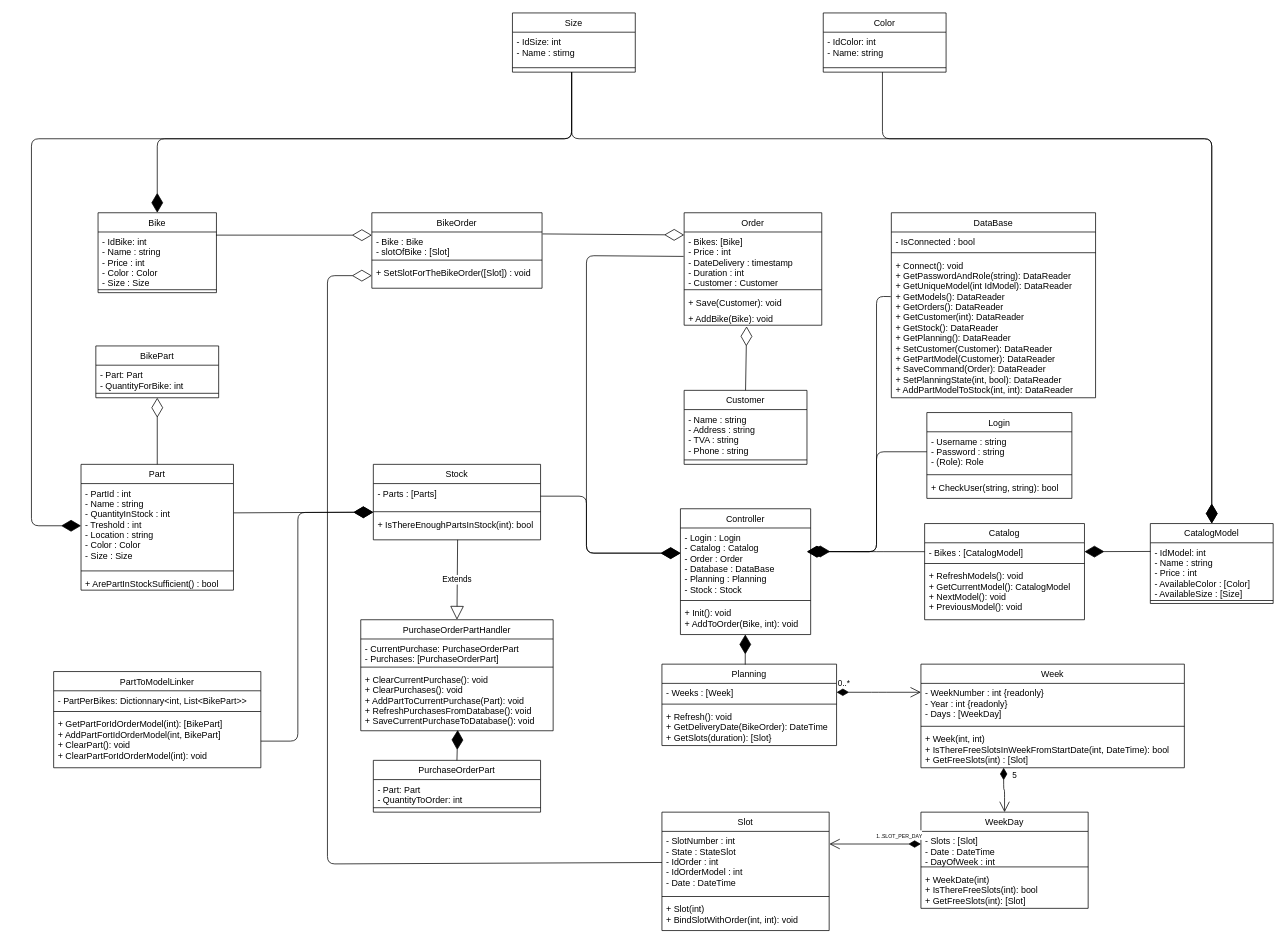
Before: Diagrams/ClassDiagram.drawio in alex210501/GigaBike, a draw.io diagram. Source tidied: cells renumbered, new cells numbered last; positions are measured from the earlier drawing's top-left corner, leaving out a move shared by most shapes. Both pictures are drawn from the tidied source at 74%, with x=0, y=0 at pixel (31, 13).
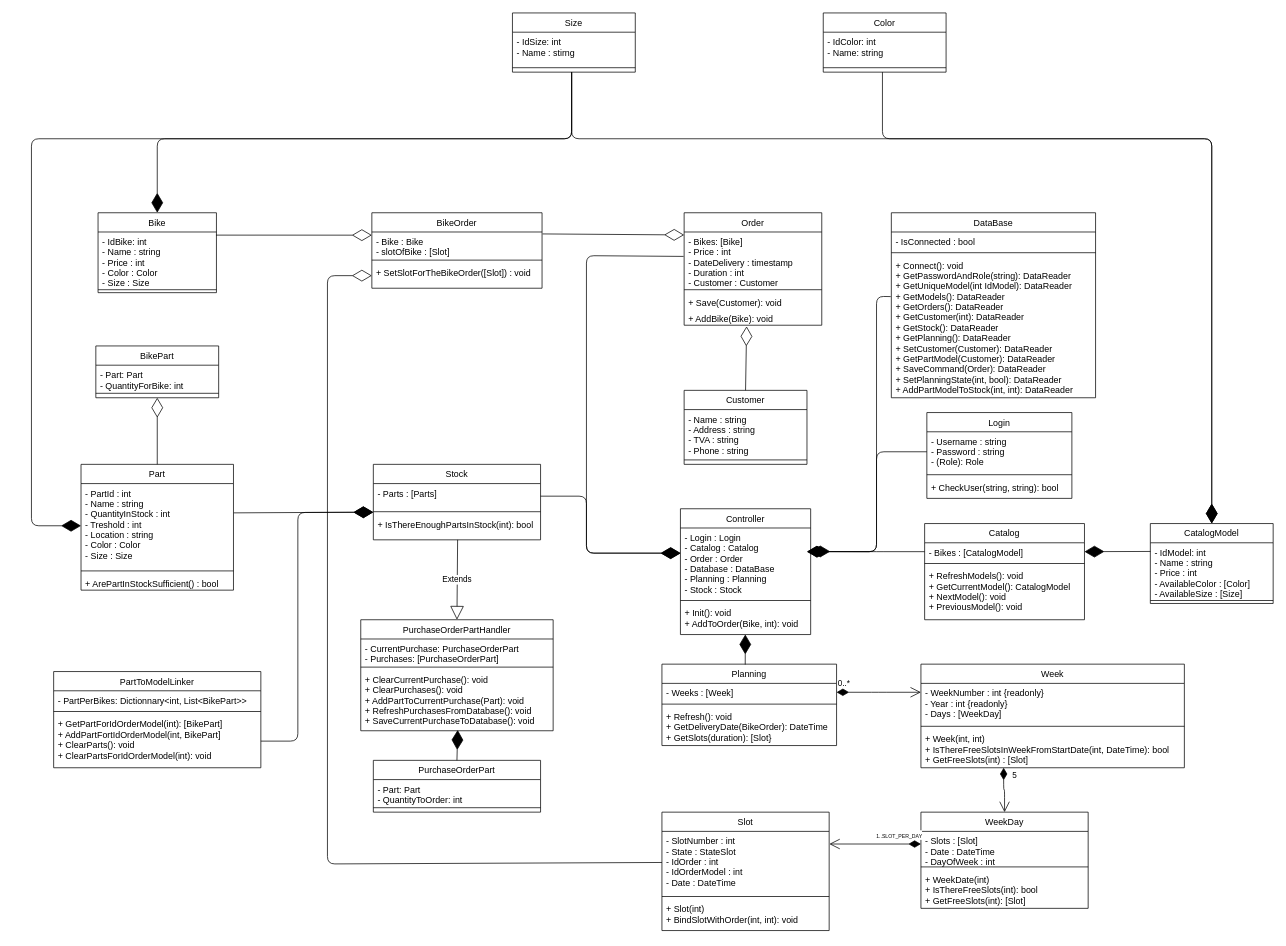
Above is the later version.

Commit message (it also covers changes not shown here):
Add the PartToModelLinker Class

The change refers to these unchanged cells:
```xml
<mxCell id="98" value="PartToModelLinker" style="swimlane;fontStyle=0;align=center;verticalAlign=top;horizontal=1;startSize=26;rounded=0;shadow=0;strokeWidth=1;" parent="1" vertex="1">
  <mxGeometry x="30" y="890" width="280" height="130" as="geometry" />
</mxCell>
```

Diff of the diagram source:
```diff
@@
-    <mxCell id="101" value="+ GetPartForIdOrderModel(int): [BikePart]&#10;+ AddPartFortIdOrderModel(int, BikePart]&#10;+ ClearPart(): void&#10;+ ClearPartForIdOrderModel(int): void" style="text;align=left;verticalAlign=top;spacingLeft=4;spacingRight=4;overflow=hidden;points=[[0,0.5],[1,0.5]];portConstraint=eastwest;" parent="98" vertex="1">
+    <mxCell id="101" value="+ GetPartForIdOrderModel(int): [BikePart]&#10;+ AddPartFortIdOrderModel(int, BikePart]&#10;+ ClearParts(): void&#10;+ ClearPartsForIdOrderModel(int): void" style="text;align=left;verticalAlign=top;spacingLeft=4;spacingRight=4;overflow=hidden;points=[[0,0.5],[1,0.5]];portConstraint=eastwest;" parent="98" vertex="1">
       <mxGeometry y="58" width="280" height="72" as="geometry" />
     </mxCell>
```
